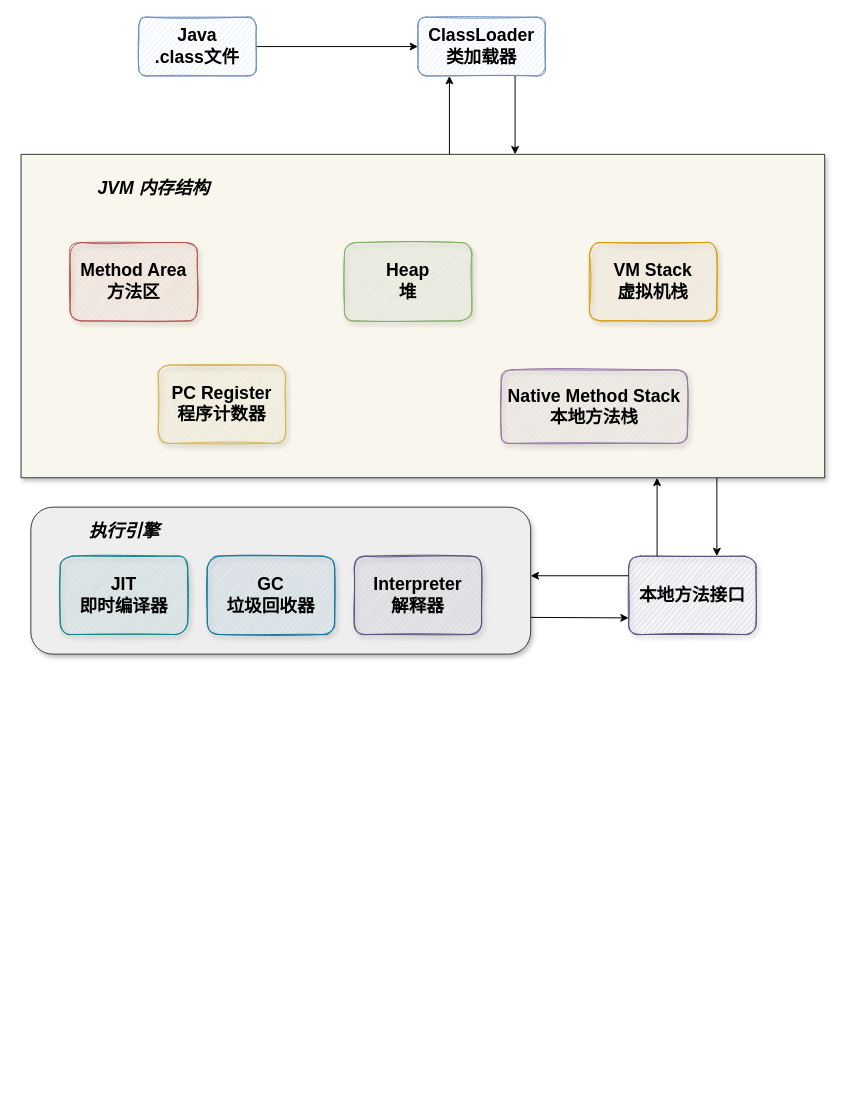
Bukayoooo/Draws keeps this draw.io diagram as jvm.drawio. Above is the earlier version. Source tidied: cells renumbered, new cells numbered last; positions are measured from the earlier drawing's top-left corner, leaving out a move shared by most shapes. Both pictures are drawn from the tidied source at 98%, with x=0, y=0 at pixel (21, 17).
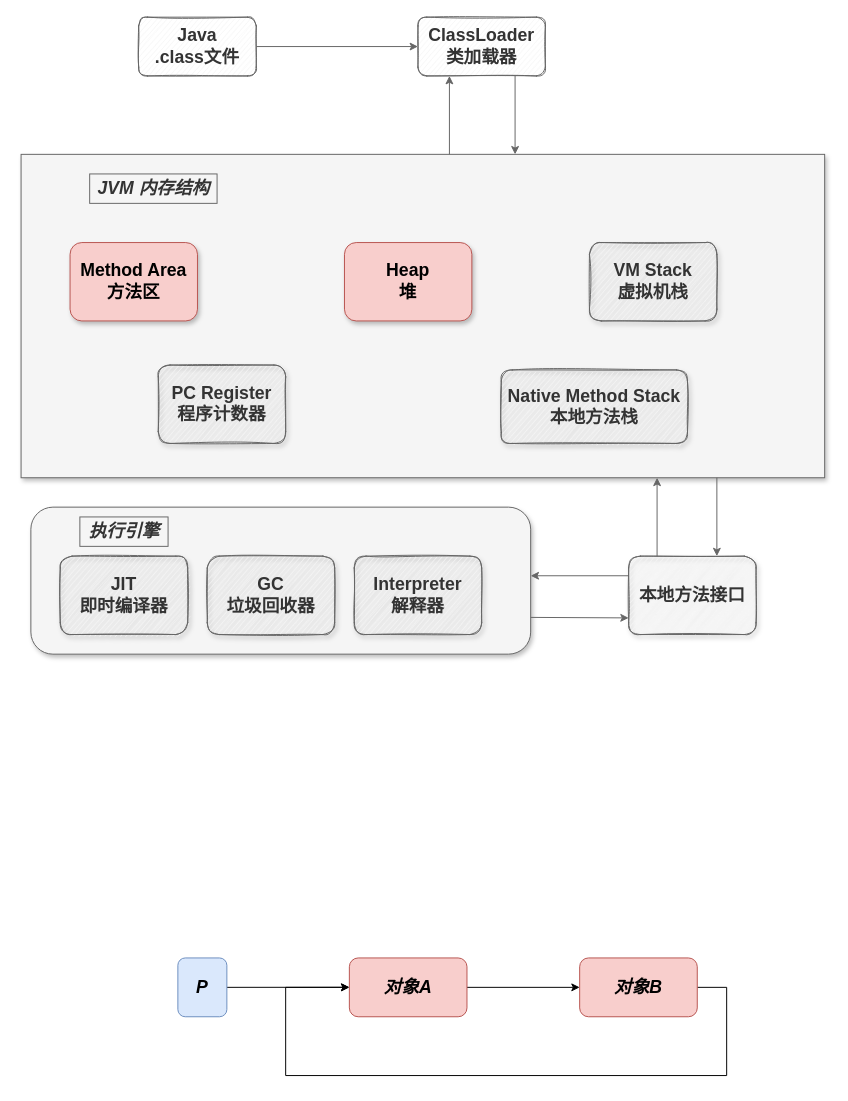
The same diagram, later.

The edit, as a diff of the source:
```diff
@@
-    <mxCell id="2" style="edgeStyle=orthogonalEdgeStyle;rounded=0;jettySize=auto;html=1;fontSize=18;" parent="1" edge="1" source="3" target="4">
+    <mxCell id="2" style="edgeStyle=orthogonalEdgeStyle;rounded=0;jettySize=auto;html=1;fontSize=18;fillColor=#f5f5f5;strokeColor=#666666;" parent="1" edge="1" source="3" target="4">
       <mxGeometry relative="1" as="geometry" />
     </mxCell>
-    <mxCell id="3" value="&lt;b&gt;&lt;font style=&quot;font-size: 18px;&quot;&gt;Java&lt;br&gt;.class文件&lt;/font&gt;&lt;/b&gt;" style="rounded=1;whiteSpace=wrap;html=1;fillColor=#dae8fc;strokeColor=#6c8ebf;sketch=1;" parent="1" vertex="1">
+    <mxCell id="3" value="&lt;b&gt;&lt;font style=&quot;font-size: 18px;&quot;&gt;Java&lt;br&gt;.class文件&lt;/font&gt;&lt;/b&gt;" style="rounded=1;whiteSpace=wrap;html=1;fillColor=#f5f5f5;strokeColor=#666666;sketch=1;fontColor=#333333;" parent="1" vertex="1">
       <mxGeometry x="120" width="120" height="60" as="geometry" />
     </mxCell>
-    <mxCell id="4" value="&lt;b&gt;ClassLoader&lt;br&gt;类加载器&lt;/b&gt;" style="rounded=1;whiteSpace=wrap;html=1;sketch=1;fontSize=18;fillColor=#dae8fc;strokeColor=#6c8ebf;" parent="1" vertex="1">
+    <mxCell id="4" value="&lt;b&gt;ClassLoader&lt;br&gt;类加载器&lt;/b&gt;" style="rounded=1;whiteSpace=wrap;html=1;sketch=1;fontSize=18;fillColor=#f5f5f5;strokeColor=#666666;fontColor=#333333;" parent="1" vertex="1">
       <mxGeometry x="405" width="130" height="60" as="geometry" />
     </mxCell>
-    <mxCell id="5" style="rounded=0;whiteSpace=wrap;html=1;sketch=0;fontSize=18;shadow=1;fillColor=#f9f7ed;strokeColor=#36393d;" parent="1" vertex="1">
+    <mxCell id="5" style="rounded=0;whiteSpace=wrap;html=1;sketch=0;fontSize=18;shadow=1;fillColor=#f5f5f5;strokeColor=#666666;fontColor=#333333;" parent="1" vertex="1">
       <mxGeometry y="140" width="820" height="330" as="geometry" />
     </mxCell>
-    <mxCell id="6" value="&lt;b&gt;Method Area&lt;br&gt;方法区&lt;/b&gt;" style="rounded=1;whiteSpace=wrap;html=1;shadow=1;sketch=1;fontSize=18;fillColor=#f8cecc;strokeColor=#b85450;" parent="1" vertex="1">
+    <mxCell id="6" value="&lt;b&gt;Method Area&lt;br&gt;方法区&lt;/b&gt;" style="rounded=1;whiteSpace=wrap;html=1;shadow=1;sketch=0;fontSize=18;fillColor=#f8cecc;strokeColor=#b85450;" parent="1" vertex="1">
       <mxGeometry x="50" y="230" width="130" height="80" as="geometry" />
     </mxCell>
-    <mxCell id="7" value="&lt;b&gt;Heap&lt;br&gt;堆&lt;/b&gt;" style="rounded=1;whiteSpace=wrap;html=1;shadow=1;sketch=1;fontSize=18;fillColor=#d5e8d4;strokeColor=#82b366;" parent="1" vertex="1">
+    <mxCell id="7" value="&lt;b&gt;Heap&lt;br&gt;堆&lt;/b&gt;" style="rounded=1;whiteSpace=wrap;html=1;shadow=1;sketch=0;fontSize=18;fillColor=#f8cecc;strokeColor=#b85450;" parent="1" vertex="1">
       <mxGeometry x="330" y="230" width="130" height="80" as="geometry" />
     </mxCell>
-    <mxCell id="8" value="&lt;b&gt;VM Stack&lt;br&gt;虚拟机栈&lt;/b&gt;" style="rounded=1;whiteSpace=wrap;html=1;shadow=1;sketch=1;fontSize=18;fillColor=#ffe6cc;strokeColor=#d79b00;" parent="1" vertex="1">
+    <mxCell id="8" value="&lt;b&gt;VM Stack&lt;br&gt;虚拟机栈&lt;/b&gt;" style="rounded=1;whiteSpace=wrap;html=1;shadow=1;sketch=1;fontSize=18;fillColor=#f5f5f5;strokeColor=#666666;fontColor=#333333;" parent="1" vertex="1">
       <mxGeometry x="580" y="230" width="130" height="80" as="geometry" />
     </mxCell>
-    <mxCell id="9" value="&lt;b&gt;Native Method Stack&lt;br&gt;本地方法栈&lt;/b&gt;" style="rounded=1;whiteSpace=wrap;html=1;shadow=1;sketch=1;fontSize=18;fillColor=#e1d5e7;strokeColor=#9673a6;" parent="1" vertex="1">
+    <mxCell id="9" value="&lt;b&gt;Native Method Stack&lt;br&gt;本地方法栈&lt;/b&gt;" style="rounded=1;whiteSpace=wrap;html=1;shadow=1;sketch=1;fontSize=18;fillColor=#f5f5f5;strokeColor=#666666;fontColor=#333333;" parent="1" vertex="1">
       <mxGeometry x="490" y="360" width="190" height="75" as="geometry" />
     </mxCell>
-    <mxCell id="10" value="&lt;b&gt;PC Register&lt;br&gt;程序计数器&lt;/b&gt;" style="rounded=1;whiteSpace=wrap;html=1;shadow=1;sketch=1;fontSize=18;fillColor=#fff2cc;strokeColor=#d6b656;" parent="1" vertex="1">
+    <mxCell id="10" value="&lt;b&gt;PC Register&lt;br&gt;程序计数器&lt;/b&gt;" style="rounded=1;whiteSpace=wrap;html=1;shadow=1;sketch=1;fontSize=18;fillColor=#f5f5f5;strokeColor=#666666;fontColor=#333333;" parent="1" vertex="1">
       <mxGeometry x="140" y="355" width="130" height="80" as="geometry" />
     </mxCell>
-    <mxCell id="11" value="&lt;b&gt;&lt;i&gt;JVM 内存结构&lt;/i&gt;&lt;/b&gt;" style="text;html=1;align=center;verticalAlign=middle;strokeColor=none;fillColor=none;fontSize=18;" parent="1" vertex="1">
+    <mxCell id="11" value="&lt;b&gt;&lt;i&gt;JVM 内存结构&lt;/i&gt;&lt;/b&gt;" style="text;html=1;align=center;verticalAlign=middle;strokeColor=#666666;fillColor=#f5f5f5;fontSize=18;fontColor=#333333;" parent="1" vertex="1">
       <mxGeometry x="70" y="160" width="130" height="30" as="geometry" />
     </mxCell>
-    <mxCell id="12" style="rounded=1;whiteSpace=wrap;html=1;shadow=1;sketch=0;fontSize=18;fillColor=#eeeeee;strokeColor=#36393d;" parent="1" vertex="1">
+    <mxCell id="12" style="rounded=1;whiteSpace=wrap;html=1;shadow=1;sketch=0;fontSize=18;fillColor=#f5f5f5;strokeColor=#666666;fontColor=#333333;" parent="1" vertex="1">
       <mxGeometry x="10" y="500" width="510" height="150" as="geometry" />
     </mxCell>
-    <mxCell id="13" value="&lt;b&gt;JIT&lt;br&gt;即时编译器&lt;/b&gt;" style="rounded=1;whiteSpace=wrap;html=1;shadow=1;sketch=1;fontSize=18;fillColor=#b0e3e6;strokeColor=#0e8088;" parent="1" vertex="1">
+    <mxCell id="13" value="&lt;b&gt;JIT&lt;br&gt;即时编译器&lt;/b&gt;" style="rounded=1;whiteSpace=wrap;html=1;shadow=1;sketch=1;fontSize=18;fillColor=#f5f5f5;strokeColor=#666666;fontColor=#333333;" parent="1" vertex="1">
       <mxGeometry x="40" y="550" width="130" height="80" as="geometry" />
     </mxCell>
-    <mxCell id="14" value="&lt;b&gt;GC&lt;br&gt;垃圾回收器&lt;/b&gt;" style="rounded=1;whiteSpace=wrap;html=1;shadow=1;sketch=1;fontSize=18;fillColor=#b1ddf0;strokeColor=#10739e;" parent="1" vertex="1">
+    <mxCell id="14" value="&lt;b&gt;GC&lt;br&gt;垃圾回收器&lt;/b&gt;" style="rounded=1;whiteSpace=wrap;html=1;shadow=1;sketch=1;fontSize=18;fillColor=#f5f5f5;strokeColor=#666666;fontColor=#333333;" parent="1" vertex="1">
       <mxGeometry x="190" y="550" width="130" height="80" as="geometry" />
     </mxCell>
-    <mxCell id="15" value="&lt;b&gt;Interpreter&lt;br&gt;解释器&lt;/b&gt;" style="rounded=1;whiteSpace=wrap;html=1;shadow=1;sketch=1;fontSize=18;fillColor=#d0cee2;strokeColor=#56517e;" parent="1" vertex="1">
+    <mxCell id="15" value="&lt;b&gt;Interpreter&lt;br&gt;解释器&lt;/b&gt;" style="rounded=1;whiteSpace=wrap;html=1;shadow=1;sketch=1;fontSize=18;fillColor=#f5f5f5;strokeColor=#666666;fontColor=#333333;" parent="1" vertex="1">
       <mxGeometry x="340" y="550" width="130" height="80" as="geometry" />
     </mxCell>
-    <mxCell id="16" value="&lt;b&gt;&lt;i&gt;执行引擎&lt;/i&gt;&lt;/b&gt;" style="text;html=1;align=center;verticalAlign=middle;strokeColor=none;fillColor=none;fontSize=18;" parent="1" vertex="1">
+    <mxCell id="16" value="&lt;b&gt;&lt;i&gt;执行引擎&lt;/i&gt;&lt;/b&gt;" style="text;html=1;align=center;verticalAlign=middle;strokeColor=#666666;fillColor=#f5f5f5;fontSize=18;fontColor=#333333;" parent="1" vertex="1">
       <mxGeometry x="60" y="510" width="90" height="30" as="geometry" />
     </mxCell>
-    <mxCell id="17" value="&lt;b&gt;本地方法接口&lt;/b&gt;" style="rounded=1;whiteSpace=wrap;html=1;shadow=1;sketch=1;fontSize=18;fillColor=#d0cee2;strokeColor=#56517e;" parent="1" vertex="1">
+    <mxCell id="17" value="&lt;b&gt;本地方法接口&lt;/b&gt;" style="rounded=1;whiteSpace=wrap;html=1;shadow=1;sketch=1;fontSize=18;fillColor=#f5f5f5;strokeColor=#666666;fontColor=#333333;" parent="1" vertex="1">
       <mxGeometry x="620" y="550" width="130" height="80" as="geometry" />
     </mxCell>
-    <mxCell id="18" style="endArrow=classic;html=1;rounded=0;fontSize=18;" parent="1" edge="1">
+    <mxCell id="18" style="endArrow=classic;html=1;rounded=0;fontSize=18;fillColor=#f5f5f5;strokeColor=#666666;" parent="1" edge="1">
       <mxGeometry relative="1" as="geometry">
         <mxPoint x="649" y="550" as="sourcePoint" />
         <mxPoint x="649" y="470" as="targetPoint" />
       </mxGeometry>
     </mxCell>
-    <mxCell id="19" style="endArrow=none;html=1;rounded=0;fontSize=18;startArrow=classic;startFill=1;endFill=0;" parent="1" edge="1">
+    <mxCell id="19" style="endArrow=none;html=1;rounded=0;fontSize=18;startArrow=classic;startFill=1;endFill=0;fillColor=#f5f5f5;strokeColor=#666666;" parent="1" edge="1">
       <mxGeometry relative="1" as="geometry">
         <mxPoint x="710" y="550" as="sourcePoint" />
         <mxPoint x="710" y="470" as="targetPoint" />
       </mxGeometry>
     </mxCell>
-    <mxCell id="20" style="endArrow=classic;html=1;rounded=0;fontSize=18;" parent="1" edge="1">
+    <mxCell id="20" style="endArrow=classic;html=1;rounded=0;fontSize=18;fillColor=#f5f5f5;strokeColor=#666666;" parent="1" edge="1">
       <mxGeometry relative="1" as="geometry">
         <mxPoint x="437.1" y="140" as="sourcePoint" />
         <mxPoint x="437.1" y="60" as="targetPoint" />
       </mxGeometry>
     </mxCell>
-    <mxCell id="21" style="endArrow=none;html=1;rounded=0;fontSize=18;startArrow=classic;startFill=1;endFill=0;" parent="1" edge="1">
+    <mxCell id="21" style="endArrow=none;html=1;rounded=0;fontSize=18;startArrow=classic;startFill=1;endFill=0;fillColor=#f5f5f5;strokeColor=#666666;" parent="1" edge="1">
       <mxGeometry relative="1" as="geometry">
         <mxPoint x="504.1" y="140" as="sourcePoint" />
         <mxPoint x="504.1" y="60" as="targetPoint" />
       </mxGeometry>
     </mxCell>
-    <mxCell id="22" style="endArrow=classic;html=1;rounded=0;fontSize=18;exitX=0;exitY=0.25;exitDx=0;exitDy=0;" parent="1" edge="1" source="17">
+    <mxCell id="22" style="endArrow=classic;html=1;rounded=0;fontSize=18;exitX=0;exitY=0.25;exitDx=0;exitDy=0;fillColor=#f5f5f5;strokeColor=#666666;" parent="1" edge="1" source="17">
       <mxGeometry relative="1" as="geometry">
         <mxPoint x="520" y="570" as="targetPoint" />
       </mxGeometry>
     </mxCell>
-    <mxCell id="23" style="endArrow=none;html=1;rounded=0;fontSize=18;startArrow=classic;startFill=1;endFill=0;entryX=1;entryY=0.75;entryDx=0;entryDy=0;" parent="1" edge="1" target="12">
+    <mxCell id="23" style="endArrow=none;html=1;rounded=0;fontSize=18;startArrow=classic;startFill=1;endFill=0;entryX=1;entryY=0.75;entryDx=0;entryDy=0;fillColor=#f5f5f5;strokeColor=#666666;" parent="1" edge="1" target="12">
       <mxGeometry relative="1" as="geometry">
         <mxPoint x="620" y="613" as="sourcePoint" />
       </mxGeometry>
     </mxCell>
+    <mxCell id="24" style="edgeStyle=orthogonalEdgeStyle;rounded=0;jettySize=auto;html=1;fontSize=18;" parent="1" edge="1" source="25" target="27">
+      <mxGeometry relative="1" as="geometry" />
+    </mxCell>
+    <mxCell id="25" value="&lt;b&gt;&lt;i&gt;&lt;font style=&quot;font-size: 18px;&quot;&gt;对象A&lt;/font&gt;&lt;/i&gt;&lt;/b&gt;" style="rounded=1;whiteSpace=wrap;html=1;sketch=0;fillColor=#f8cecc;strokeColor=#b85450;" parent="1" vertex="1">
+      <mxGeometry x="335" y="960" width="120" height="60" as="geometry" />
+    </mxCell>
+    <mxCell id="26" style="edgeStyle=orthogonalEdgeStyle;rounded=0;jettySize=auto;html=1;entryX=0;entryY=0.5;entryDx=0;entryDy=0;fontSize=18;" parent="1" edge="1" source="27" target="25">
+      <mxGeometry relative="1" as="geometry">
+        <Array as="points">
+          <mxPoint x="720" y="990" />
+          <mxPoint x="720" y="1080" />
+          <mxPoint x="270" y="1080" />
+          <mxPoint x="270" y="990" />
+        </Array>
+      </mxGeometry>
+    </mxCell>
+    <mxCell id="27" value="&lt;b&gt;&lt;i&gt;&lt;font style=&quot;font-size: 18px;&quot;&gt;对象B&lt;/font&gt;&lt;/i&gt;&lt;/b&gt;" style="rounded=1;whiteSpace=wrap;html=1;sketch=0;fillColor=#f8cecc;strokeColor=#b85450;" parent="1" vertex="1">
+      <mxGeometry x="570" y="960" width="120" height="60" as="geometry" />
+    </mxCell>
+    <mxCell id="28" style="endArrow=classic;html=1;rounded=0;fontSize=18;" parent="1" edge="1">
+      <mxGeometry relative="1" as="geometry">
+        <mxPoint x="210" y="990" as="sourcePoint" />
+        <mxPoint x="335" y="989.9" as="targetPoint" />
+      </mxGeometry>
+    </mxCell>
+    <mxCell id="29" value="&lt;b&gt;&lt;i&gt;P&lt;/i&gt;&lt;/b&gt;" style="rounded=1;whiteSpace=wrap;html=1;sketch=0;fontSize=18;fillColor=#dae8fc;strokeColor=#6c8ebf;" parent="1" vertex="1">
+      <mxGeometry x="160" y="960" width="50" height="60" as="geometry" />
+    </mxCell>
```
